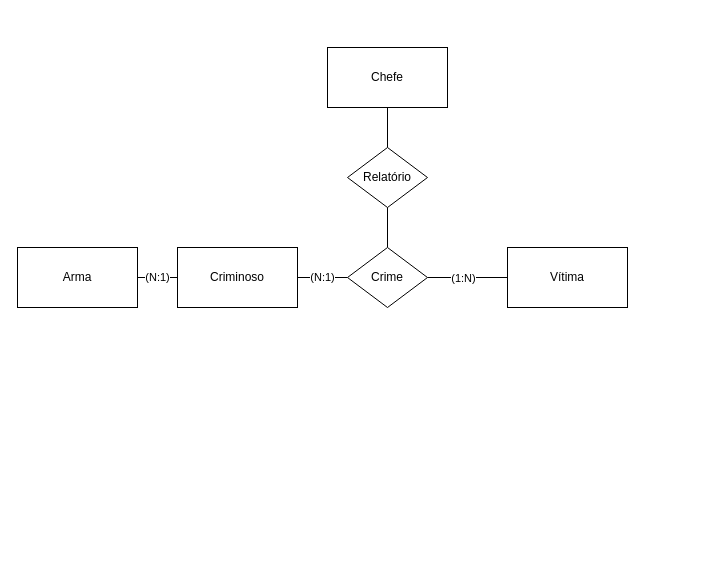
The draw.io diagram Untitled Diagram.drawio in JuanIWK3/diagrams, before the edit. Source tidied: cells renumbered, new cells numbered last; positions are measured from the earlier drawing's top-left corner, leaving out a move shared by most shapes. Both pictures are drawn from the tidied source at 100%, with x=0, y=0 at pixel (17, 47).
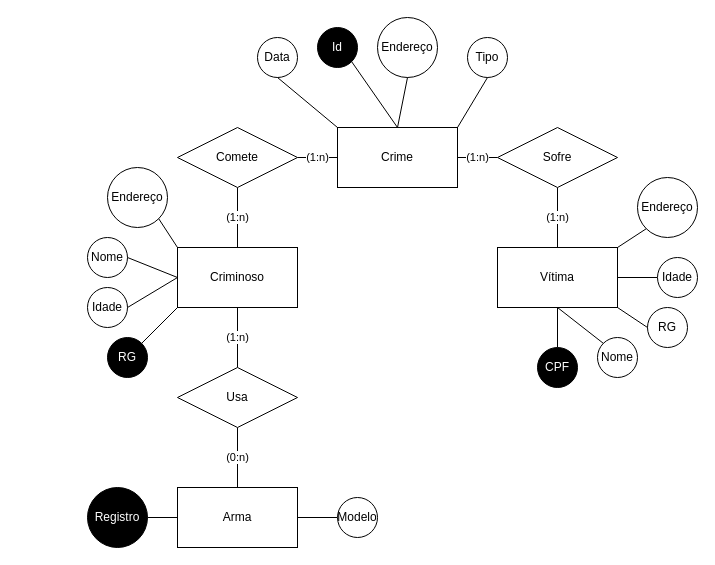
After the change.

Unchanged cells that the change refers to:
```xml
<mxCell id="3" value="Criminoso" style="rounded=0;whiteSpace=wrap;html=1;" parent="1" vertex="1">
  <mxGeometry x="160" y="200" width="120" height="60" as="geometry" />
</mxCell>
```

Change to the diagram source:
```diff
@@
-    <mxCell id="2" value="(N:1)" style="edgeStyle=orthogonalEdgeStyle;rounded=0;jettySize=auto;html=1;endArrow=none;endFill=0;" parent="1" edge="1" source="3" target="5">
-      <mxGeometry relative="1" as="geometry" />
-    </mxCell>
+    <mxCell id="15" value="(1:n)" style="edgeStyle=orthogonalEdgeStyle;rounded=0;jettySize=auto;html=1;endArrow=none;endFill=0;" parent="1" edge="1" source="3" target="25">
+      <mxGeometry relative="1" as="geometry" />
+    </mxCell>
@@
+    <mxCell id="16" value="(1:n)" style="edgeStyle=orthogonalEdgeStyle;rounded=0;jettySize=auto;html=1;entryX=0.5;entryY=1;entryDx=0;entryDy=0;endArrow=none;endFill=0;" parent="1" edge="1" source="4" target="23">
+      <mxGeometry relative="1" as="geometry" />
+    </mxCell>
+    <mxCell id="17" style="edgeStyle=orthogonalEdgeStyle;rounded=0;jettySize=auto;html=1;endArrow=none;endFill=0;" parent="1" edge="1" source="4" target="28">
+      <mxGeometry relative="1" as="geometry" />
+    </mxCell>
+    <mxCell id="18" style="edgeStyle=orthogonalEdgeStyle;rounded=0;jettySize=auto;html=1;fontColor=#000000;endArrow=none;endFill=0;" parent="1" edge="1" source="4" target="31">
+      <mxGeometry relative="1" as="geometry" />
+    </mxCell>
     <mxCell id="4" value="Vítima" style="rounded=0;whiteSpace=wrap;html=1;" parent="1" vertex="1">
-      <mxGeometry x="490" y="200" width="120" height="60" as="geometry" />
+      <mxGeometry x="480" y="200" width="120" height="60" as="geometry" />
     </mxCell>
+    <mxCell id="19" value="(1:n)" style="edgeStyle=orthogonalEdgeStyle;rounded=0;jettySize=auto;html=1;endArrow=none;endFill=0;" parent="1" edge="1" source="21" target="3">
+      <mxGeometry relative="1" as="geometry" />
+    </mxCell>
+    <mxCell id="20" value="(0:n)" style="edgeStyle=orthogonalEdgeStyle;rounded=0;jettySize=auto;html=1;endArrow=none;endFill=0;" parent="1" edge="1" source="21" target="5">
+      <mxGeometry relative="1" as="geometry" />
+    </mxCell>
+    <mxCell id="21" value="Usa" style="rhombus;whiteSpace=wrap;html=1;" parent="1" vertex="1">
+      <mxGeometry x="160" y="320" width="120" height="60" as="geometry" />
+    </mxCell>
+    <mxCell id="14" value="Crime" style="rounded=0;whiteSpace=wrap;html=1;" parent="1" vertex="1">
+      <mxGeometry x="320" y="80" width="120" height="60" as="geometry" />
+    </mxCell>
+    <mxCell id="22" value="(1:n)" style="edgeStyle=orthogonalEdgeStyle;rounded=0;jettySize=auto;html=1;entryX=1;entryY=0.5;entryDx=0;entryDy=0;endArrow=none;endFill=0;" parent="1" edge="1" source="23" target="14">
+      <mxGeometry relative="1" as="geometry" />
+    </mxCell>
+    <mxCell id="23" value="Sofre" style="rhombus;whiteSpace=wrap;html=1;" parent="1" vertex="1">
+      <mxGeometry x="480" y="80" width="120" height="60" as="geometry" />
+    </mxCell>
+    <mxCell id="24" value="(1:n)" style="edgeStyle=orthogonalEdgeStyle;rounded=0;jettySize=auto;html=1;endArrow=none;endFill=0;" parent="1" edge="1" source="25" target="14">
+      <mxGeometry relative="1" as="geometry" />
+    </mxCell>
+    <mxCell id="25" value="Comete" style="rhombus;whiteSpace=wrap;html=1;" parent="1" vertex="1">
+      <mxGeometry x="160" y="80" width="120" height="60" as="geometry" />
+    </mxCell>
+    <mxCell id="26" style="edgeStyle=orthogonalEdgeStyle;rounded=0;jettySize=auto;html=1;fontColor=#000000;endArrow=none;endFill=0;" parent="1" edge="1" source="5" target="36">
+      <mxGeometry relative="1" as="geometry" />
+    </mxCell>
+    <mxCell id="27" style="edgeStyle=orthogonalEdgeStyle;rounded=0;jettySize=auto;html=1;fontColor=#000000;endArrow=none;endFill=0;" parent="1" edge="1" source="5" target="37">
+      <mxGeometry relative="1" as="geometry" />
+    </mxCell>
     <mxCell id="5" value="Arma" style="rounded=0;whiteSpace=wrap;html=1;" parent="1" vertex="1">
-      <mxGeometry y="200" width="120" height="60" as="geometry" />
+      <mxGeometry x="160" y="440" width="120" height="60" as="geometry" />
     </mxCell>
-    <mxCell id="6" value="(N:1)" style="edgeStyle=orthogonalEdgeStyle;rounded=0;jettySize=auto;html=1;endArrow=none;endFill=0;exitX=0;exitY=0.5;exitDx=0;exitDy=0;" parent="1" edge="1" source="14" target="3">
-      <mxGeometry relative="1" as="geometry" />
-    </mxCell>
-    <mxCell id="7" style="edgeStyle=orthogonalEdgeStyle;rounded=0;jettySize=auto;html=1;endArrow=none;endFill=0;exitX=1;exitY=0.5;exitDx=0;exitDy=0;" parent="1" edge="1" source="14" target="4">
-      <mxGeometry relative="1" as="geometry" />
-    </mxCell>
-    <mxCell id="8" value="(1:N)" style="edgeLabel;html=1;align=center;verticalAlign=middle;" parent="7" vertex="1">
-      <mxGeometry x="-0.44" y="-2" relative="1" as="geometry">
-        <mxPoint x="13" y="-2" as="offset" />
-      </mxGeometry>
-    </mxCell>
-    <mxCell id="9" style="edgeStyle=orthogonalEdgeStyle;rounded=0;jettySize=auto;html=1;entryX=0.5;entryY=0;entryDx=0;entryDy=0;endArrow=none;endFill=0;" parent="1" edge="1" source="10" target="12">
-      <mxGeometry relative="1" as="geometry" />
-    </mxCell>
-    <mxCell id="10" value="Chefe" style="rounded=0;whiteSpace=wrap;html=1;" parent="1" vertex="1">
-      <mxGeometry x="310" width="120" height="60" as="geometry" />
-    </mxCell>
-    <mxCell id="11" style="edgeStyle=orthogonalEdgeStyle;rounded=0;jettySize=auto;html=1;endArrow=none;endFill=0;" parent="1" edge="1" source="12">
-      <mxGeometry relative="1" as="geometry">
-        <mxPoint x="370" y="70" as="targetPoint" />
-      </mxGeometry>
-    </mxCell>
-    <mxCell id="12" value="Relatório" style="rhombus;whiteSpace=wrap;html=1;" parent="1" vertex="1">
-      <mxGeometry x="330" y="100" width="80" height="60" as="geometry" />
-    </mxCell>
-    <mxCell id="13" style="edgeStyle=orthogonalEdgeStyle;rounded=0;jettySize=auto;html=1;endArrow=none;endFill=0;" parent="1" edge="1" source="14" target="12">
-      <mxGeometry relative="1" as="geometry" />
-    </mxCell>
-    <mxCell id="14" value="Crime" style="rhombus;whiteSpace=wrap;html=1;" parent="1" vertex="1">
-      <mxGeometry x="330" y="200" width="80" height="60" as="geometry" />
-    </mxCell>
+    <mxCell id="28" value="CPF" style="ellipse;whiteSpace=wrap;html=1;fillColor=#000000;fontColor=#FFFFFF;" parent="1" vertex="1">
+      <mxGeometry x="520" y="300" width="40" height="40" as="geometry" />
+    </mxCell>
+    <mxCell id="29" value="Nome" style="ellipse;whiteSpace=wrap;html=1;fillColor=#FFFFFF;fontColor=#000000;" parent="1" vertex="1">
+      <mxGeometry x="580" y="290" width="40" height="40" as="geometry" />
+    </mxCell>
+    <mxCell id="30" style="endArrow=none;html=1;rounded=0;fontColor=#000000;entryX=0;entryY=0;entryDx=0;entryDy=0;exitX=0.5;exitY=1;exitDx=0;exitDy=0;" parent="1" edge="1" source="4" target="29">
+      <mxGeometry relative="1" as="geometry" />
+    </mxCell>
+    <mxCell id="31" value="Idade" style="ellipse;whiteSpace=wrap;html=1;fillColor=#FFFFFF;fontColor=#000000;" parent="1" vertex="1">
+      <mxGeometry x="640" y="210" width="40" height="40" as="geometry" />
+    </mxCell>
+    <mxCell id="32" value="RG" style="ellipse;whiteSpace=wrap;html=1;fillColor=#FFFFFF;fontColor=#000000;" parent="1" vertex="1">
+      <mxGeometry x="630" y="260" width="40" height="40" as="geometry" />
+    </mxCell>
+    <mxCell id="33" style="endArrow=none;html=1;rounded=0;fontColor=#000000;exitX=1;exitY=1;exitDx=0;exitDy=0;entryX=0;entryY=0.5;entryDx=0;entryDy=0;" parent="1" edge="1" source="4" target="32">
+      <mxGeometry relative="1" as="geometry" />
+    </mxCell>
+    <mxCell id="34" value="Endereço" style="ellipse;whiteSpace=wrap;html=1;fillColor=#FFFFFF;fontColor=#000000;" parent="1" vertex="1">
+      <mxGeometry x="620" y="130" width="60" height="60" as="geometry" />
+    </mxCell>
+    <mxCell id="35" style="endArrow=none;html=1;rounded=0;fontColor=#000000;entryX=0;entryY=1;entryDx=0;entryDy=0;exitX=1;exitY=0;exitDx=0;exitDy=0;" parent="1" edge="1" source="4" target="34">
+      <mxGeometry relative="1" as="geometry" />
+    </mxCell>
+    <mxCell id="36" value="Modelo" style="ellipse;whiteSpace=wrap;html=1;fillColor=#FFFFFF;fontColor=#000000;" parent="1" vertex="1">
+      <mxGeometry x="320" y="450" width="40" height="40" as="geometry" />
+    </mxCell>
+    <mxCell id="37" value="Registro" style="ellipse;whiteSpace=wrap;html=1;fillColor=#000000;fontColor=#FFFFFF;" parent="1" vertex="1">
+      <mxGeometry x="70" y="440" width="60" height="60" as="geometry" />
+    </mxCell>
+    <mxCell id="38" value="Nome" style="ellipse;whiteSpace=wrap;html=1;fillColor=#FFFFFF;fontColor=#000000;" parent="1" vertex="1">
+      <mxGeometry x="70" y="190" width="40" height="40" as="geometry" />
+    </mxCell>
+    <mxCell id="39" value="Endereço" style="ellipse;whiteSpace=wrap;html=1;fillColor=#FFFFFF;fontColor=#000000;" parent="1" vertex="1">
+      <mxGeometry x="90" y="120" width="60" height="60" as="geometry" />
+    </mxCell>
+    <mxCell id="40" style="endArrow=none;html=1;rounded=0;fontColor=#000000;exitX=1;exitY=1;exitDx=0;exitDy=0;entryX=0;entryY=0;entryDx=0;entryDy=0;" parent="1" edge="1" source="39" target="3">
+      <mxGeometry relative="1" as="geometry" />
+    </mxCell>
+    <mxCell id="41" value="Idade" style="ellipse;whiteSpace=wrap;html=1;fillColor=#FFFFFF;fontColor=#000000;" parent="1" vertex="1">
+      <mxGeometry x="70" y="240" width="40" height="40" as="geometry" />
+    </mxCell>
+    <mxCell id="42" style="endArrow=none;html=1;rounded=0;fontColor=#000000;exitX=1;exitY=0.5;exitDx=0;exitDy=0;entryX=0;entryY=0.5;entryDx=0;entryDy=0;" parent="1" edge="1" source="38" target="3">
+      <mxGeometry relative="1" as="geometry" />
+    </mxCell>
+    <mxCell id="43" style="endArrow=none;html=1;rounded=0;fontColor=#000000;exitX=0;exitY=0.5;exitDx=0;exitDy=0;entryX=1;entryY=0.5;entryDx=0;entryDy=0;" parent="1" edge="1" source="3" target="41">
+      <mxGeometry relative="1" as="geometry" />
+    </mxCell>
+    <mxCell id="44" value="RG" style="ellipse;whiteSpace=wrap;html=1;fillColor=#000000;fontColor=#FFFFFF;" parent="1" vertex="1">
+      <mxGeometry x="90" y="290" width="40" height="40" as="geometry" />
+    </mxCell>
+    <mxCell id="45" style="endArrow=none;html=1;rounded=0;fontColor=#000000;entryX=0;entryY=1;entryDx=0;entryDy=0;exitX=1;exitY=0;exitDx=0;exitDy=0;" parent="1" edge="1" source="44" target="3">
+      <mxGeometry relative="1" as="geometry" />
+    </mxCell>
+    <mxCell id="46" value="Data" style="ellipse;whiteSpace=wrap;html=1;fillColor=#FFFFFF;fontColor=#000000;" parent="1" vertex="1">
+      <mxGeometry x="240" y="-10" width="40" height="40" as="geometry" />
+    </mxCell>
+    <mxCell id="47" style="endArrow=none;html=1;rounded=0;fontColor=#000000;exitX=0;exitY=0;exitDx=0;exitDy=0;entryX=0.5;entryY=1;entryDx=0;entryDy=0;" parent="1" edge="1" source="14" target="46">
+      <mxGeometry relative="1" as="geometry" />
+    </mxCell>
+    <mxCell id="48" value="Endereço" style="ellipse;whiteSpace=wrap;html=1;fillColor=#FFFFFF;fontColor=#000000;" parent="1" vertex="1">
+      <mxGeometry x="360" y="-30" width="60" height="60" as="geometry" />
+    </mxCell>
+    <mxCell id="49" value="Tipo" style="ellipse;whiteSpace=wrap;html=1;fillColor=#FFFFFF;fontColor=#000000;" parent="1" vertex="1">
+      <mxGeometry x="450" y="-10" width="40" height="40" as="geometry" />
+    </mxCell>
+    <mxCell id="50" style="endArrow=none;html=1;rounded=0;fontColor=#000000;exitX=1;exitY=0;exitDx=0;exitDy=0;entryX=0.5;entryY=1;entryDx=0;entryDy=0;" parent="1" edge="1" source="14" target="49">
+      <mxGeometry relative="1" as="geometry" />
+    </mxCell>
+    <mxCell id="51" value="Id" style="ellipse;whiteSpace=wrap;html=1;fillColor=#000000;fontColor=#FFFFFF;" parent="1" vertex="1">
+      <mxGeometry x="300" y="-20" width="40" height="40" as="geometry" />
+    </mxCell>
+    <mxCell id="52" style="endArrow=none;html=1;rounded=0;fontColor=#000000;entryX=1;entryY=1;entryDx=0;entryDy=0;exitX=0.5;exitY=0;exitDx=0;exitDy=0;" parent="1" edge="1" source="14" target="51">
+      <mxGeometry relative="1" as="geometry" />
+    </mxCell>
+    <mxCell id="53" style="endArrow=none;html=1;rounded=0;fontColor=#000000;entryX=0.5;entryY=1;entryDx=0;entryDy=0;exitX=0.5;exitY=0;exitDx=0;exitDy=0;" parent="1" edge="1" source="14" target="48">
+      <mxGeometry relative="1" as="geometry" />
+    </mxCell>
```
